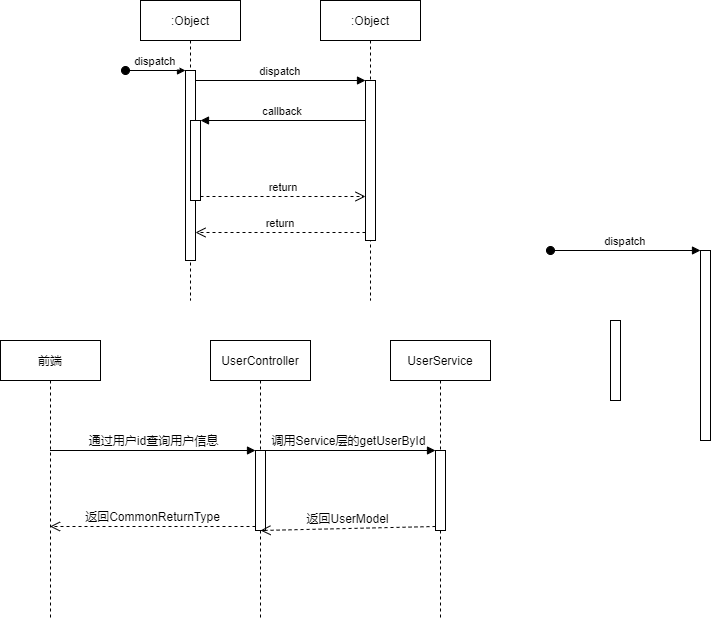
Earlier version of the draw.io export miaosha/Spring MVC模型.drawio.png (wsxzei/markdown-photos). Source tidied: cells renumbered, new cells last; positions are measured from the earlier drawing's top-left corner, leaving out a move shared by most shapes.
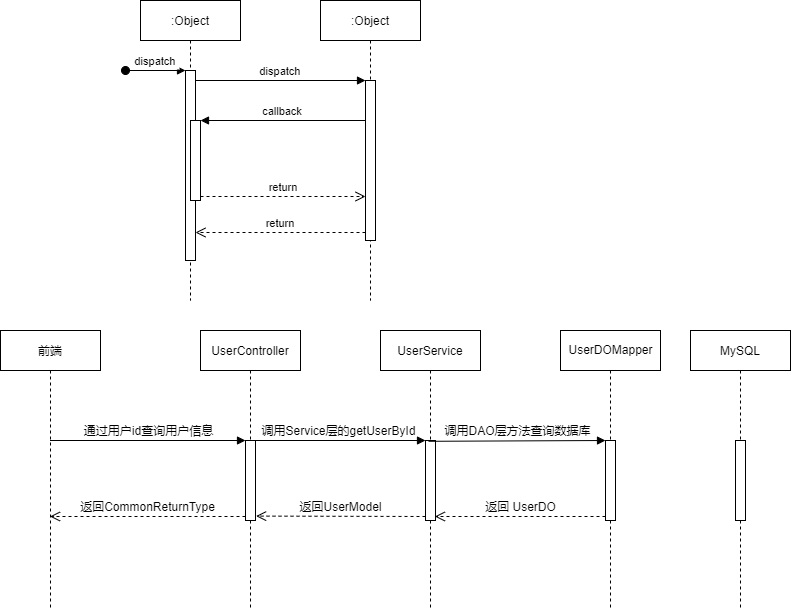
After the commit.

Diff of the diagram source:
```diff
@@ -35,30 +35,16 @@
       <mxGeometry x="365" y="80" width="10" height="160" as="geometry" />
     </mxCell>
     <mxCell id="12" value="前端" style="shape=umlLifeline;perimeter=lifelinePerimeter;rounded=0;shadow=0;strokeWidth=1;" parent="1" vertex="1">
-      <mxGeometry y="340" width="100" height="280" as="geometry" />
+      <mxGeometry y="330" width="100" height="280" as="geometry" />
     </mxCell>
-    <mxCell id="13" style="points=[];perimeter=orthogonalPerimeter;rounded=0;shadow=0;strokeWidth=1;" parent="1" vertex="1">
-      <mxGeometry x="700" y="250" width="10" height="190" as="geometry" />
-    </mxCell>
-    <mxCell id="14" value="dispatch" style="verticalAlign=bottom;startArrow=oval;endArrow=block;startSize=8;shadow=0;strokeWidth=1;" parent="1" edge="1" target="13">
-      <mxGeometry relative="1" as="geometry">
-        <mxPoint x="550" y="250" as="sourcePoint" />
-      </mxGeometry>
-    </mxCell>
-    <mxCell id="15" style="perimeter=orthogonalPerimeter;rounded=0;shadow=0;strokeWidth=1;" parent="1" vertex="1">
-      <mxGeometry x="610" y="320" width="10" height="80" as="geometry" />
-    </mxCell>
     <mxCell id="16" value="通过用户id查询用户信息" style="html=1;verticalAlign=bottom;endArrow=block;entryX=0;entryY=0;rounded=0;" parent="1" edge="1" source="12" target="21">
       <mxGeometry relative="1" as="geometry" />
     </mxCell>
     <mxCell id="17" value="返回CommonReturnType" style="html=1;verticalAlign=bottom;endArrow=open;dashed=1;endSize=8;exitX=0;exitY=0.95;rounded=0;" parent="1" edge="1" source="21" target="12">
       <mxGeometry relative="1" as="geometry" />
     </mxCell>
-    <mxCell id="18" value="UserService" style="shape=umlLifeline;perimeter=lifelinePerimeter;rounded=0;shadow=0;strokeWidth=1;" parent="1" vertex="1">
-      <mxGeometry x="390" y="340" width="100" height="280" as="geometry" />
-    </mxCell>
     <mxCell id="19" style="group;" parent="1" vertex="1">
-      <mxGeometry x="210" y="340" width="100" height="280" as="geometry" />
+      <mxGeometry x="200" y="330" width="100" height="280" as="geometry" />
     </mxCell>
     <mxCell id="20" value="UserController" style="shape=umlLifeline;perimeter=lifelinePerimeter;rounded=0;shadow=0;strokeWidth=1;" parent="19" vertex="1">
       <mxGeometry width="100" height="280" as="geometry" />
@@ -66,16 +52,47 @@
     <mxCell id="21" style="html=1;points=[];perimeter=orthogonalPerimeter;" parent="19" vertex="1">
       <mxGeometry x="45" y="110" width="10" height="80" as="geometry" />
     </mxCell>
-    <mxCell id="22" style="html=1;points=[];perimeter=orthogonalPerimeter;" parent="1" vertex="1">
-      <mxGeometry x="435" y="450" width="10" height="80" as="geometry" />
-    </mxCell>
     <mxCell id="23" value="调用Service层的getUserById" style="html=1;verticalAlign=bottom;endArrow=block;entryX=0;entryY=0;rounded=0;exitX=0.532;exitY=0.386;exitDx=0;exitDy=0;exitPerimeter=0;" parent="1" edge="1" source="20" target="22">
       <mxGeometry relative="1" as="geometry" />
     </mxCell>
-    <mxCell id="24" value="返回UserModel" style="html=1;verticalAlign=bottom;endArrow=open;dashed=1;endSize=8;exitX=0;exitY=0.95;rounded=0;" parent="1" edge="1" source="22">
-      <mxGeometry relative="1" as="geometry">
-        <mxPoint x="260" y="530" as="targetPoint" />
-      </mxGeometry>
+    <mxCell id="24" value="返回UserModel" style="html=1;verticalAlign=bottom;endArrow=open;dashed=1;endSize=8;exitX=0;exitY=0.95;rounded=0;entryX=1.06;entryY=0.945;entryDx=0;entryDy=0;entryPerimeter=0;" parent="1" edge="1" source="22" target="21">
+      <mxGeometry relative="1" as="geometry" />
     </mxCell>
+    <mxCell id="25" style="group;" parent="1" vertex="1">
+      <mxGeometry x="380" y="330" width="100" height="280" as="geometry" />
+    </mxCell>
+    <mxCell id="18" value="UserService" style="shape=umlLifeline;perimeter=lifelinePerimeter;rounded=0;shadow=0;strokeWidth=1;" parent="25" vertex="1">
+      <mxGeometry width="100" height="280" as="geometry" />
+    </mxCell>
+    <mxCell id="22" style="html=1;points=[];perimeter=orthogonalPerimeter;" parent="25" vertex="1">
+      <mxGeometry x="45" y="110" width="10" height="80" as="geometry" />
+    </mxCell>
+    <mxCell id="26" style="group;" parent="1" vertex="1">
+      <mxGeometry x="560" y="330" width="100" height="280" as="geometry" />
+    </mxCell>
+    <mxCell id="27" value="UserDOMapper" style="html=1;perimeter=orthogonalPerimeter;shape=umlLifeline;participant=label;shadow=0;fontFamily=Helvetica;fontSize=12;fontColor=default;align=center;strokeColor=default;strokeWidth=1;fillColor=default;" parent="26" vertex="1">
+      <mxGeometry width="100" height="280" as="geometry" />
+    </mxCell>
+    <mxCell id="28" style="html=1;perimeter=orthogonalPerimeter;" parent="26" vertex="1">
+      <mxGeometry x="45" y="110" width="10" height="80" as="geometry" />
+    </mxCell>
+    <mxCell id="29" style="html=1;points=[];perimeter=orthogonalPerimeter;" parent="26" vertex="1">
+      <mxGeometry x="45" y="110" width="10" height="80" as="geometry" />
+    </mxCell>
+    <mxCell id="30" style="group;" parent="1" vertex="1">
+      <mxGeometry x="690" y="330" width="100" height="280" as="geometry" />
+    </mxCell>
+    <mxCell id="31" value="MySQL" style="shape=umlLifeline;perimeter=lifelinePerimeter;rounded=0;shadow=0;strokeWidth=1;" parent="30" vertex="1">
+      <mxGeometry width="100" height="280" as="geometry" />
+    </mxCell>
+    <mxCell id="32" style="html=1;perimeter=orthogonalPerimeter;" parent="30" vertex="1">
+      <mxGeometry x="45" y="110" width="10" height="80" as="geometry" />
+    </mxCell>
+    <mxCell id="33" value="返回 UserDO" style="html=1;verticalAlign=bottom;endArrow=open;dashed=1;endSize=8;exitX=0;exitY=0.95;rounded=0;entryX=0.94;entryY=0.95;entryDx=0;entryDy=0;entryPerimeter=0;" parent="1" edge="1" source="29" target="22">
+      <mxGeometry relative="1" as="geometry" />
+    </mxCell>
+    <mxCell id="34" value="调用DAO层方法查询数据库" style="html=1;verticalAlign=bottom;endArrow=block;entryX=0;entryY=0;rounded=0;exitX=0.3;exitY=0.01;exitDx=0;exitDy=0;exitPerimeter=0;" parent="1" edge="1" source="22" target="29">
+      <mxGeometry relative="1" as="geometry" />
+    </mxCell>
   </root>
 </mxGraphModel>
```
